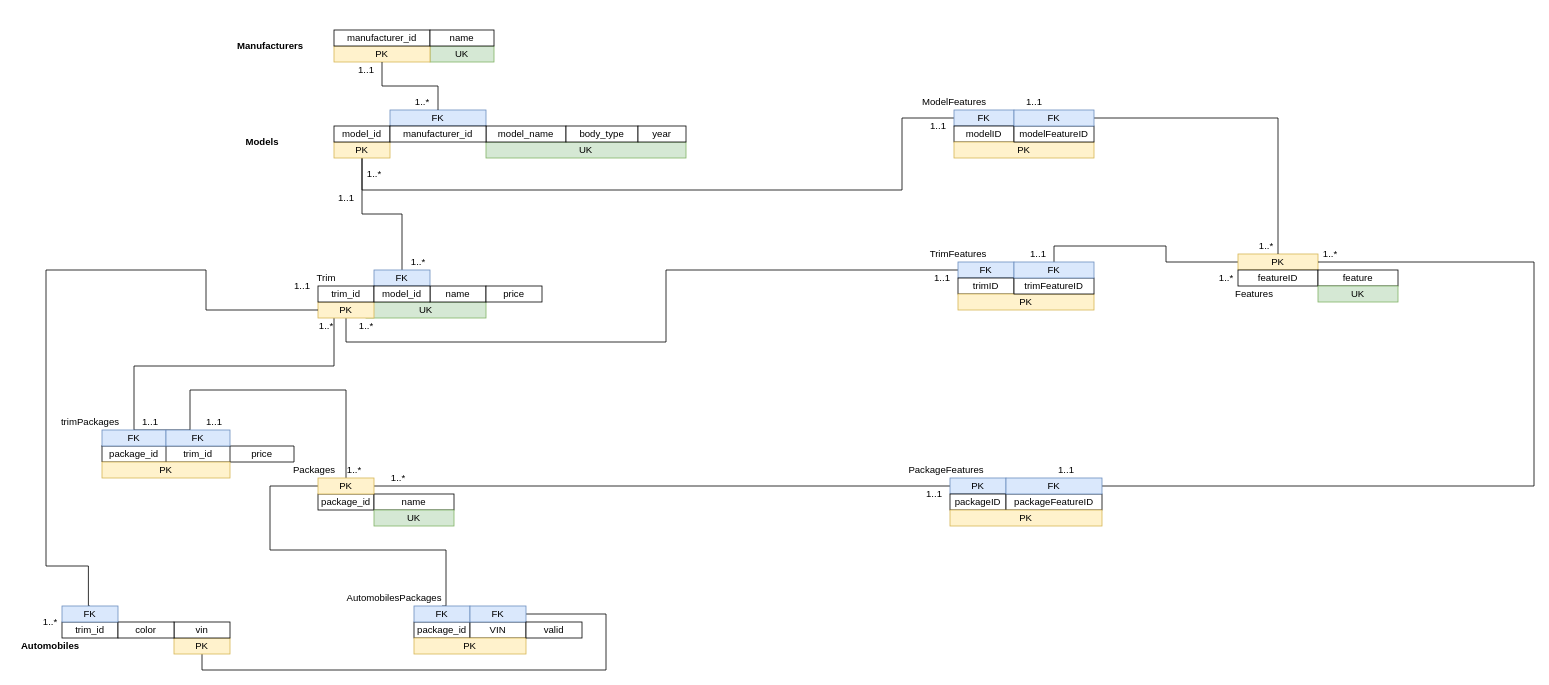
AnthraciteData/CECS-323- keeps this draw.io diagram as page "Scheme" (2 of 2) of Project 2.drawio. Above is the earlier version. Source tidied: cells renumbered, new cells numbered last; positions are measured from the earlier drawing's top-left corner, leaving out a move shared by most shapes. Both pictures are drawn from the tidied source at 80%, with x=0, y=0 at pixel (14, 30).
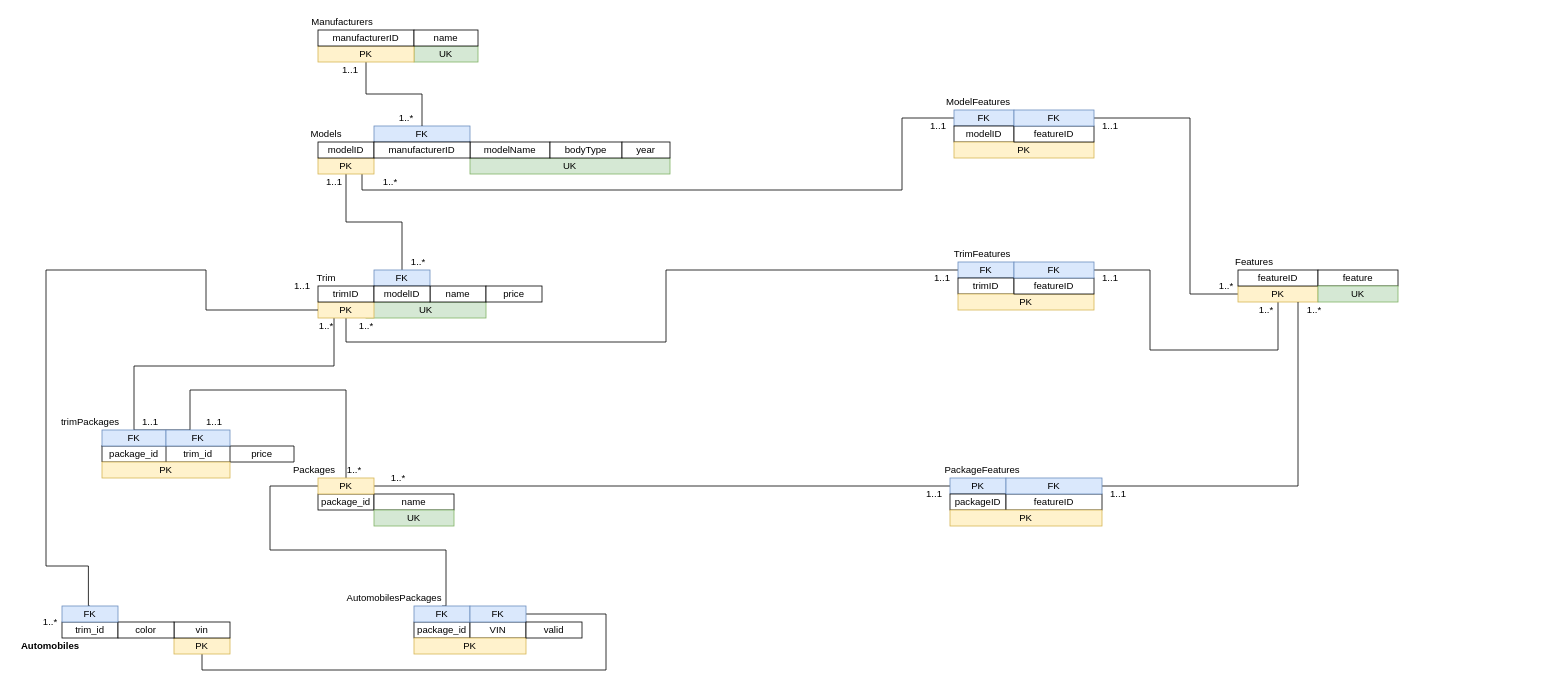
Above is the later version.

The change refers to these unchanged cells:
```xml
<mxCell id="85" value="FK" style="whiteSpace=wrap;html=1;fillColor=#dae8fc;strokeColor=#6c8ebf;" parent="1" vertex="1">
  <mxGeometry x="1250" y="100" width="100" height="20" as="geometry" />
</mxCell>
<mxCell id="86" value="FK" style="whiteSpace=wrap;html=1;fillColor=#dae8fc;strokeColor=#6c8ebf;" parent="1" vertex="1">
  <mxGeometry x="1250" y="290" width="100" height="20" as="geometry" />
</mxCell>
<mxCell id="88" value="FK" style="whiteSpace=wrap;html=1;fillColor=#dae8fc;strokeColor=#6c8ebf;" parent="1" vertex="1">
  <mxGeometry x="1240" y="560" width="120" height="20" as="geometry" />
</mxCell>
```

Change to the diagram source:
```diff
@@
     <mxCell id="2" value="UK" style="whiteSpace=wrap;html=1;fillColor=#d5e8d4;strokeColor=#82b366;" parent="1" vertex="1">
-      <mxGeometry x="520" y="20" width="80" height="20" as="geometry" />
+      <mxGeometry x="500" y="20" width="80" height="20" as="geometry" />
     </mxCell>
@@
     <mxCell id="6" value="FK" style="whiteSpace=wrap;html=1;fillColor=#dae8fc;strokeColor=#6c8ebf;" parent="1" vertex="1">
-      <mxGeometry x="470" y="100" width="120" height="20" as="geometry" />
+      <mxGeometry x="450" y="120" width="120" height="20" as="geometry" />
     </mxCell>
     <mxCell id="7" value="UK" style="whiteSpace=wrap;html=1;fillColor=#d5e8d4;strokeColor=#82b366;" parent="1" vertex="1">
-      <mxGeometry x="590" y="140" width="250" height="20" as="geometry" />
+      <mxGeometry x="570" y="160" width="250" height="20" as="geometry" />
     </mxCell>
+    <mxCell id="109" style="edgeStyle=orthogonalEdgeStyle;rounded=0;jettySize=auto;html=1;entryX=0.5;entryY=0;entryDx=0;entryDy=0;endArrow=none;endFill=0;" parent="1" edge="1" source="8" target="6">
+      <mxGeometry relative="1" as="geometry" />
+    </mxCell>
     <mxCell id="8" value="PK" style="whiteSpace=wrap;html=1;fillColor=#fff2cc;strokeColor=#d6b656;" parent="1" vertex="1">
-      <mxGeometry x="400" y="20" width="120" height="20" as="geometry" />
+      <mxGeometry x="380" y="20" width="120" height="20" as="geometry" />
     </mxCell>
-    <mxCell id="9" value="Manufacturers" style="text;html=1;align=center;verticalAlign=middle;strokeColor=none;fillColor=none;fontStyle=1;" parent="1" vertex="1">
-      <mxGeometry x="270" y="10" width="100" height="20" as="geometry" />
-    </mxCell>
-    <mxCell id="10" value="manufacturer_id" style="whiteSpace=wrap;html=1;" parent="1" vertex="1">
-      <mxGeometry x="400" width="120" height="20" as="geometry" />
+    <mxCell id="10" value="manufacturerID" style="whiteSpace=wrap;html=1;" parent="1" vertex="1">
+      <mxGeometry x="380" width="120" height="20" as="geometry" />
     </mxCell>
     <mxCell id="11" value="name" style="whiteSpace=wrap;html=1;" parent="1" vertex="1">
-      <mxGeometry x="520" width="80" height="20" as="geometry" />
+      <mxGeometry x="500" width="80" height="20" as="geometry" />
     </mxCell>
-    <mxCell id="12" value="Models" style="text;html=1;align=center;verticalAlign=middle;strokeColor=none;fillColor=none;fontStyle=1;" parent="1" vertex="1">
-      <mxGeometry x="280" y="130" width="60" height="20" as="geometry" />
-    </mxCell>
@@
     <mxCell id="15" value="PK" style="whiteSpace=wrap;html=1;fillColor=#fff2cc;strokeColor=#d6b656;" parent="1" vertex="1">
-      <mxGeometry x="400" y="140" width="70" height="20" as="geometry" />
+      <mxGeometry x="380" y="160" width="70" height="20" as="geometry" />
     </mxCell>
-    <mxCell id="16" value="model_id" style="whiteSpace=wrap;html=1;" parent="1" vertex="1">
-      <mxGeometry x="400" y="120" width="70" height="20" as="geometry" />
+    <mxCell id="16" value="modelID" style="whiteSpace=wrap;html=1;" parent="1" vertex="1">
+      <mxGeometry x="380" y="140" width="70" height="20" as="geometry" />
     </mxCell>
-    <mxCell id="17" value="model_name" style="whiteSpace=wrap;html=1;" parent="1" vertex="1">
-      <mxGeometry x="590" y="120" width="100" height="20" as="geometry" />
+    <mxCell id="17" value="modelName" style="whiteSpace=wrap;html=1;" parent="1" vertex="1">
+      <mxGeometry x="570" y="140" width="100" height="20" as="geometry" />
     </mxCell>
-    <mxCell id="18" style="edgeStyle=orthogonalEdgeStyle;rounded=0;jettySize=auto;html=1;entryX=0.5;entryY=1;entryDx=0;entryDy=0;endArrow=none;endFill=0;exitX=0.5;exitY=0;exitDx=0;exitDy=0;" parent="1" edge="1" source="6" target="8">
-      <mxGeometry relative="1" as="geometry">
-        <Array as="points">
-          <mxPoint x="530" y="70" />
-          <mxPoint x="460" y="70" />
-        </Array>
-      </mxGeometry>
-    </mxCell>
-    <mxCell id="19" value="manufacturer_id" style="whiteSpace=wrap;html=1;" parent="1" vertex="1">
-      <mxGeometry x="470" y="120" width="120" height="20" as="geometry" />
+    <mxCell id="19" value="manufacturerID" style="whiteSpace=wrap;html=1;" parent="1" vertex="1">
+      <mxGeometry x="450" y="140" width="120" height="20" as="geometry" />
     </mxCell>
     <mxCell id="20" value="1..1" style="text;html=1;align=center;verticalAlign=middle;strokeColor=none;fillColor=none;" parent="1" vertex="1">
-      <mxGeometry x="420" y="40" width="40" height="20" as="geometry" />
+      <mxGeometry x="400" y="40" width="40" height="20" as="geometry" />
     </mxCell>
     <mxCell id="21" value="1..*" style="text;html=1;align=center;verticalAlign=middle;strokeColor=none;fillColor=none;" parent="1" vertex="1">
-      <mxGeometry x="495" y="80" width="30" height="20" as="geometry" />
+      <mxGeometry x="475" y="100" width="30" height="20" as="geometry" />
     </mxCell>
-    <mxCell id="22" value="body_type" style="whiteSpace=wrap;html=1;" parent="1" vertex="1">
-      <mxGeometry x="690" y="120" width="90" height="20" as="geometry" />
+    <mxCell id="22" value="bodyType" style="whiteSpace=wrap;html=1;" parent="1" vertex="1">
+      <mxGeometry x="670" y="140" width="90" height="20" as="geometry" />
     </mxCell>
     <mxCell id="23" value="year" style="whiteSpace=wrap;html=1;" parent="1" vertex="1">
-      <mxGeometry x="780" y="120" width="60" height="20" as="geometry" />
+      <mxGeometry x="760" y="140" width="60" height="20" as="geometry" />
     </mxCell>
@@
     <mxCell id="26" value="1..1" style="text;html=1;align=center;verticalAlign=middle;strokeColor=none;fillColor=none;" parent="1" vertex="1">
-      <mxGeometry x="395" y="200" width="40" height="20" as="geometry" />
+      <mxGeometry x="380" y="180" width="40" height="20" as="geometry" />
     </mxCell>
@@
-    <mxCell id="38" value="trim_id" style="whiteSpace=wrap;html=1;" parent="1" vertex="1">
+    <mxCell id="38" value="trimID" style="whiteSpace=wrap;html=1;" parent="1" vertex="1">
       <mxGeometry x="380" y="320" width="70" height="20" as="geometry" />
     </mxCell>
-    <mxCell id="39" value="model_id" style="whiteSpace=wrap;html=1;" parent="1" vertex="1">
+    <mxCell id="39" value="modelID" style="whiteSpace=wrap;html=1;" parent="1" vertex="1">
       <mxGeometry x="450" y="320" width="70" height="20" as="geometry" />
     </mxCell>
@@
     <mxCell id="57" value="1..*" style="text;html=1;align=center;verticalAlign=middle;strokeColor=none;fillColor=none;" parent="1" vertex="1">
-      <mxGeometry x="435" y="170" width="30" height="20" as="geometry" />
+      <mxGeometry x="455" y="180" width="30" height="20" as="geometry" />
     </mxCell>
@@
     <mxCell id="65" value="PackageFeatures" style="text;html=1;align=center;verticalAlign=middle;strokeColor=none;fillColor=none;" parent="1" vertex="1">
-      <mxGeometry x="1110" y="540" width="110" height="20" as="geometry" />
+      <mxGeometry x="1155" y="540" width="110" height="20" as="geometry" />
     </mxCell>
@@
-    <mxCell id="68" value="packageFeatureID" style="whiteSpace=wrap;html=1;" parent="1" vertex="1">
+    <mxCell id="68" value="featureID" style="whiteSpace=wrap;html=1;" parent="1" vertex="1">
       <mxGeometry x="1240" y="580" width="120" height="20" as="geometry" />
     </mxCell>
@@
-    <mxCell id="73" value="modelFeatureID" style="whiteSpace=wrap;html=1;" parent="1" vertex="1">
+    <mxCell id="73" value="featureID" style="whiteSpace=wrap;html=1;" parent="1" vertex="1">
       <mxGeometry x="1250" y="120" width="100" height="20" as="geometry" />
     </mxCell>
     <mxCell id="74" value="ModelFeatures" style="text;html=1;align=center;verticalAlign=middle;strokeColor=none;fillColor=none;" parent="1" vertex="1">
-      <mxGeometry x="1125" y="80" width="100" height="20" as="geometry" />
+      <mxGeometry x="1155" y="80" width="100" height="20" as="geometry" />
     </mxCell>
@@
-    <mxCell id="78" value="trimFeatureID" style="whiteSpace=wrap;html=1;" parent="1" vertex="1">
+    <mxCell id="78" value="featureID" style="whiteSpace=wrap;html=1;" parent="1" vertex="1">
       <mxGeometry x="1250" y="310" width="100" height="20" as="geometry" />
     </mxCell>
     <mxCell id="79" value="TrimFeatures" style="text;html=1;align=center;verticalAlign=middle;strokeColor=none;fillColor=none;" parent="1" vertex="1">
-      <mxGeometry x="1135" y="270" width="90" height="20" as="geometry" />
+      <mxGeometry x="1165" y="270" width="90" height="20" as="geometry" />
     </mxCell>
-    <mxCell id="80" style="edgeStyle=orthogonalEdgeStyle;rounded=0;jettySize=auto;html=1;entryX=0.5;entryY=0;entryDx=0;entryDy=0;endArrow=none;endFill=0;" parent="1" edge="1" source="81" target="86">
-      <mxGeometry relative="1" as="geometry" />
+    <mxCell id="80" style="edgeStyle=orthogonalEdgeStyle;rounded=0;jettySize=auto;html=1;entryX=1;entryY=0.5;entryDx=0;entryDy=0;endArrow=none;endFill=0;" parent="1" edge="1" source="81" target="86">
+      <mxGeometry relative="1" as="geometry">
+        <Array as="points">
+          <mxPoint x="1580" y="400" />
+          <mxPoint x="1420" y="400" />
+          <mxPoint x="1420" y="300" />
+        </Array>
+      </mxGeometry>
     </mxCell>
+    <mxCell id="110" style="edgeStyle=orthogonalEdgeStyle;rounded=0;jettySize=auto;html=1;entryX=1;entryY=0.5;entryDx=0;entryDy=0;endArrow=none;endFill=0;" parent="1" edge="1" source="81" target="85">
+      <mxGeometry relative="1" as="geometry">
+        <Array as="points">
+          <mxPoint x="1470" y="330" />
+          <mxPoint x="1470" y="110" />
+        </Array>
+      </mxGeometry>
+    </mxCell>
     <mxCell id="81" value="PK" style="whiteSpace=wrap;html=1;fillColor=#fff2cc;strokeColor=#d6b656;" parent="1" vertex="1">
-      <mxGeometry x="1530" y="280" width="100" height="20" as="geometry" />
+      <mxGeometry x="1530" y="320" width="100" height="20" as="geometry" />
     </mxCell>
     <mxCell id="82" value="Features" style="text;html=1;align=center;verticalAlign=middle;strokeColor=none;fillColor=none;" parent="1" vertex="1">
-      <mxGeometry x="1520" y="320" width="60" height="20" as="geometry" />
+      <mxGeometry x="1520" y="280" width="60" height="20" as="geometry" />
     </mxCell>
@@
-    <mxCell id="84" style="edgeStyle=orthogonalEdgeStyle;rounded=0;jettySize=auto;html=1;entryX=0.5;entryY=0;entryDx=0;entryDy=0;endArrow=none;endFill=0;" parent="1" edge="1" source="85" target="81">
-      <mxGeometry relative="1" as="geometry" />
-    </mxCell>
@@
-    <mxCell id="87" style="edgeStyle=orthogonalEdgeStyle;rounded=0;jettySize=auto;html=1;entryX=1;entryY=0.5;entryDx=0;entryDy=0;endArrow=none;endFill=0;" parent="1" edge="1" source="88" target="81">
-      <mxGeometry relative="1" as="geometry">
-        <Array as="points">
-          <mxPoint x="1900" y="570" />
-          <mxPoint x="1900" y="290" />
-        </Array>
-      </mxGeometry>
+    <mxCell id="87" style="edgeStyle=orthogonalEdgeStyle;rounded=0;jettySize=auto;html=1;entryX=0.75;entryY=1;entryDx=0;entryDy=0;endArrow=none;endFill=0;" parent="1" edge="1" source="88" target="81">
+      <mxGeometry relative="1" as="geometry" />
     </mxCell>
@@
     <mxCell id="89" value="1..*" style="text;html=1;align=center;verticalAlign=middle;strokeColor=none;fillColor=none;" parent="1" vertex="1">
-      <mxGeometry x="1500" y="300" width="30" height="20" as="geometry" />
+      <mxGeometry x="1550" y="340" width="30" height="20" as="geometry" />
     </mxCell>
     <mxCell id="90" value="1..*" style="text;html=1;align=center;verticalAlign=middle;strokeColor=none;fillColor=none;" parent="1" vertex="1">
-      <mxGeometry x="1630" y="270" width="30" height="20" as="geometry" />
+      <mxGeometry x="1610" y="340" width="30" height="20" as="geometry" />
     </mxCell>
     <mxCell id="91" value="1..*" style="text;html=1;align=center;verticalAlign=middle;strokeColor=none;fillColor=none;" parent="1" vertex="1">
-      <mxGeometry x="1550" y="260" width="30" height="20" as="geometry" />
+      <mxGeometry x="1500" y="310" width="30" height="20" as="geometry" />
     </mxCell>
     <mxCell id="92" value="1..1" style="text;html=1;align=center;verticalAlign=middle;strokeColor=none;fillColor=none;" parent="1" vertex="1">
-      <mxGeometry x="1295" y="540" width="40" height="20" as="geometry" />
+      <mxGeometry x="1360" y="570" width="40" height="20" as="geometry" />
     </mxCell>
@@
     <mxCell id="94" value="1..1" style="text;html=1;align=center;verticalAlign=middle;strokeColor=none;fillColor=none;" parent="1" vertex="1">
-      <mxGeometry x="1260" y="270" width="40" height="20" as="geometry" />
+      <mxGeometry x="1350" y="300" width="40" height="20" as="geometry" />
     </mxCell>
@@
     <mxCell id="96" value="1..1" style="text;html=1;align=center;verticalAlign=middle;strokeColor=none;fillColor=none;" parent="1" vertex="1">
-      <mxGeometry x="1255" y="80" width="40" height="20" as="geometry" />
+      <mxGeometry x="1350" y="110" width="40" height="20" as="geometry" />
     </mxCell>
@@
+    <mxCell id="9" value="Manufacturers" style="text;html=1;align=center;verticalAlign=middle;strokeColor=none;fillColor=none;" parent="1" vertex="1">
+      <mxGeometry x="365" y="-20" width="90" height="20" as="geometry" />
+    </mxCell>
+    <mxCell id="12" value="Models" style="text;html=1;align=center;verticalAlign=middle;strokeColor=none;fillColor=none;" parent="1" vertex="1">
+      <mxGeometry x="365" y="120" width="50" height="20" as="geometry" />
+    </mxCell>
```
